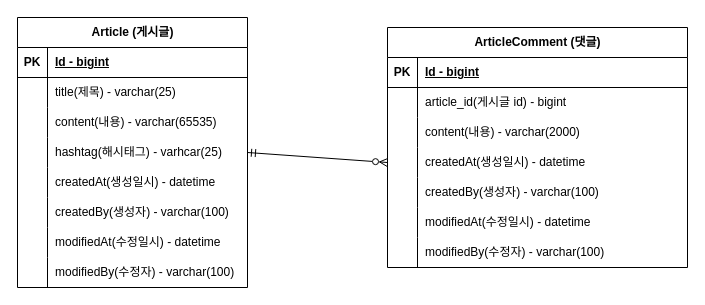
Above: document/제목 없는 다이어그램.drawio in tngur1101/fastcampus-project-board (draw.io), before the change. Source tidied: cells renumbered, new cells numbered last; positions are measured from the earlier drawing's top-left corner, leaving out a move shared by most shapes. Both pictures are drawn from the tidied source at 100%, with x=0, y=0 at pixel (17, 17).
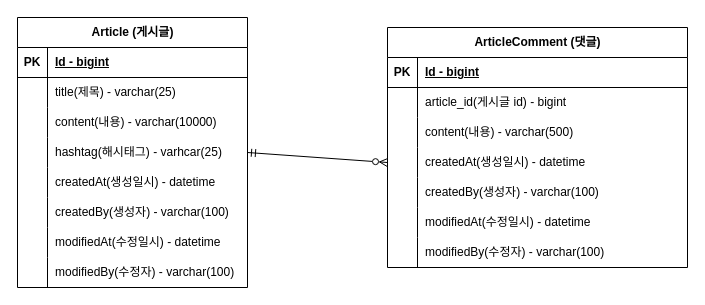
Above is the later version.

Commit message:
#10 - erd 업데이트: content 사이즈 변경

Unchanged cells that the change refers to:
```xml
<mxCell id="9" style="shape=tableRow;horizontal=0;startSize=0;swimlaneHead=0;swimlaneBody=0;fillColor=none;top=0;left=0;right=0;bottom=0;" parent="2" vertex="1">
  <mxGeometry y="90" width="230" height="30" as="geometry" />
</mxCell>
<mxCell id="34" style="shape=tableRow;horizontal=0;startSize=0;swimlaneHead=0;swimlaneBody=0;fillColor=none;top=0;left=0;right=0;bottom=0;" parent="27" vertex="1">
  <mxGeometry y="90" width="300" height="30" as="geometry" />
</mxCell>
```

Diff of the diagram source:
```diff
@@
-    <mxCell id="11" value="content(내용) - varchar(65535)" style="shape=partialRectangle;fillColor=none;top=0;left=0;bottom=0;right=0;align=left;spacingLeft=6;overflow=hidden;whiteSpace=wrap;html=1;" parent="9" vertex="1">
+    <mxCell id="11" value="content(내용) - varchar(10000)" style="shape=partialRectangle;fillColor=none;top=0;left=0;bottom=0;right=0;align=left;spacingLeft=6;overflow=hidden;whiteSpace=wrap;html=1;" parent="9" vertex="1">
       <mxGeometry x="30" width="200" height="30" as="geometry" />
     </mxCell>
@@
-    <mxCell id="36" value="content(내용) - varchar(2000)" style="shape=partialRectangle;fillColor=none;top=0;left=0;bottom=0;right=0;align=left;spacingLeft=6;overflow=hidden;whiteSpace=wrap;html=1;" parent="34" vertex="1">
+    <mxCell id="36" value="content(내용) - varchar(500)" style="shape=partialRectangle;fillColor=none;top=0;left=0;bottom=0;right=0;align=left;spacingLeft=6;overflow=hidden;whiteSpace=wrap;html=1;" parent="34" vertex="1">
       <mxGeometry x="30" width="270" height="30" as="geometry" />
     </mxCell>
```
